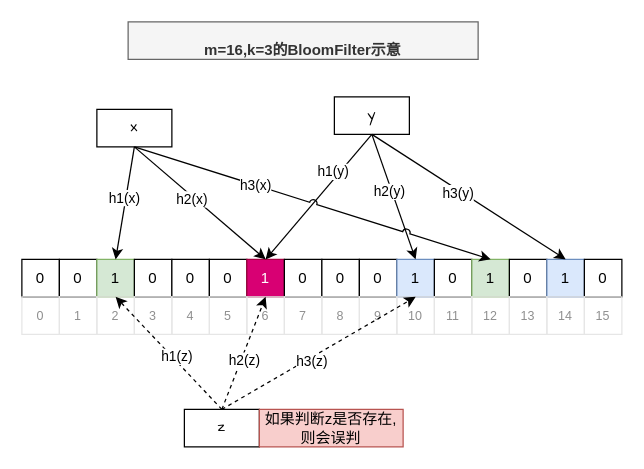
The draw.io diagram BloomFilter.drawio in GerryLon/assets, before the edit. Source tidied: cells renumbered, new cells numbered last; positions are measured from the earlier drawing's top-left corner, leaving out a move shared by most shapes. Both pictures are drawn from the tidied source at 125%, with x=0, y=0 at pixel (21, 21).
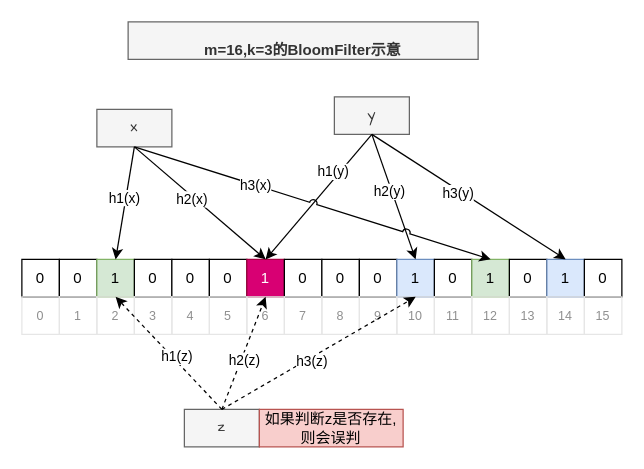
The same diagram, later.

The edit, as a diff of the source:
```diff
@@
-    <mxCell id="34" value="&lt;div&gt;&lt;font&gt;x&lt;/font&gt;&lt;/div&gt;" style="text;html=1;strokeColor=default;fillColor=none;align=center;verticalAlign=middle;whiteSpace=wrap;rounded=0;fontFamily=Comic Sans MS;" parent="1" vertex="1">
+    <mxCell id="34" value="&lt;div&gt;&lt;font&gt;x&lt;/font&gt;&lt;/div&gt;" style="text;html=1;strokeColor=#666666;fillColor=#f5f5f5;align=center;verticalAlign=middle;whiteSpace=wrap;rounded=0;fontFamily=Comic Sans MS;fontColor=#333333;" parent="1" vertex="1">
       <mxGeometry x="60" y="70" width="60" height="30" as="geometry" />
     </mxCell>
@@
-    <mxCell id="39" value="&lt;div&gt;&lt;font&gt;y&lt;/font&gt;&lt;/div&gt;" style="text;html=1;strokeColor=default;fillColor=none;align=center;verticalAlign=middle;whiteSpace=wrap;rounded=0;fontFamily=Comic Sans MS;" parent="1" vertex="1">
+    <mxCell id="39" value="&lt;div&gt;&lt;font&gt;y&lt;/font&gt;&lt;/div&gt;" style="text;html=1;strokeColor=#666666;fillColor=#f5f5f5;align=center;verticalAlign=middle;whiteSpace=wrap;rounded=0;fontFamily=Comic Sans MS;fontColor=#333333;" parent="1" vertex="1">
       <mxGeometry x="250" y="60" width="60" height="30" as="geometry" />
     </mxCell>
@@
-    <mxCell id="48" value="&lt;div&gt;&lt;font&gt;z&lt;/font&gt;&lt;/div&gt;" style="text;html=1;strokeColor=default;fillColor=none;align=center;verticalAlign=middle;whiteSpace=wrap;rounded=0;fontFamily=Comic Sans MS;" parent="1" vertex="1">
+    <mxCell id="48" value="&lt;div&gt;&lt;font&gt;z&lt;/font&gt;&lt;/div&gt;" style="text;html=1;strokeColor=#666666;fillColor=#f5f5f5;align=center;verticalAlign=middle;whiteSpace=wrap;rounded=0;fontFamily=Comic Sans MS;fontColor=#333333;" parent="1" vertex="1">
       <mxGeometry x="130" y="310" width="60" height="30" as="geometry" />
     </mxCell>
```
